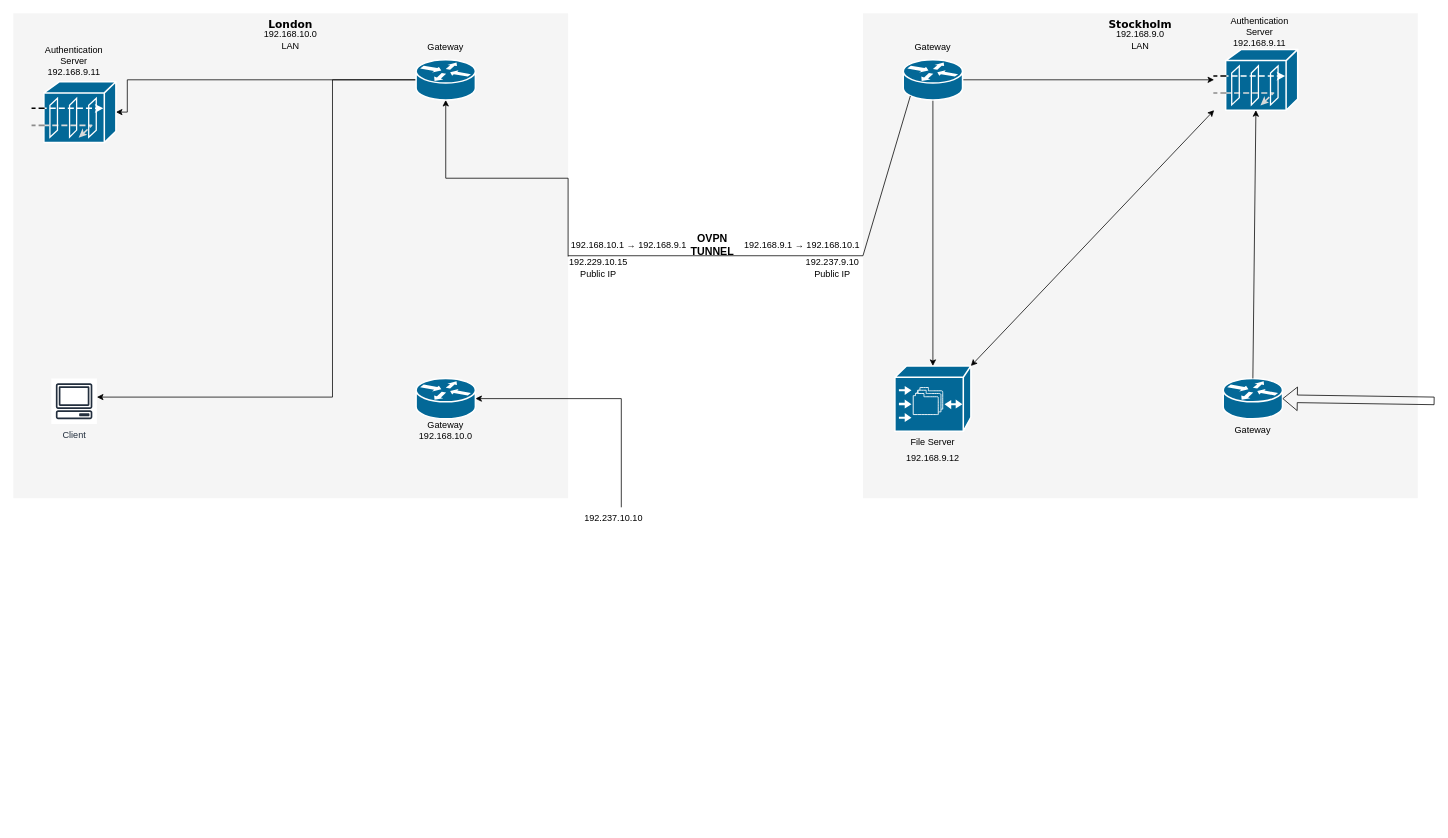
Earlier version of the draw.io diagram Diagrams/Untitled Diagram.drawio (emilstahl97/Building-Networked-Systems-Security-EP2520). Source tidied: cells renumbered, new cells numbered last; positions are measured from the earlier drawing's top-left corner, leaving out a move shared by most shapes. Both pictures are drawn from the tidied source at 76%, with x=0, y=0 at pixel (13, 13).
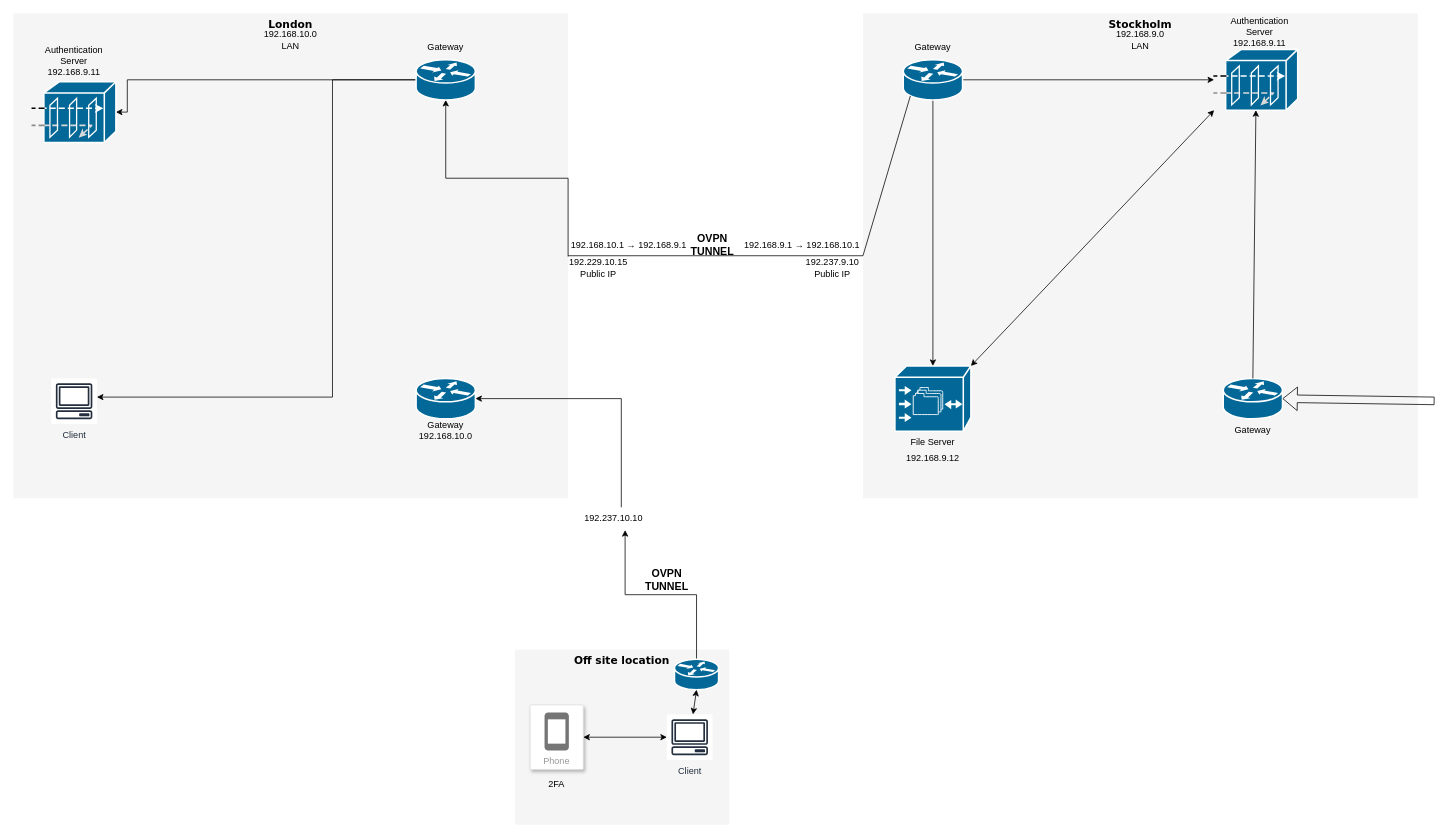
After the change.

Commit message:
added off site location

Unchanged cells that the change refers to:
```xml
<mxCell id="35" value="192.237.10.10" style="text;html=1;strokeColor=none;fillColor=none;align=center;verticalAlign=middle;whiteSpace=wrap;rounded=0;" parent="1" vertex="1">
  <mxGeometry x="760" y="650" width="60" height="30" as="geometry" />
</mxCell>
```

Diff of the diagram source:
```diff
@@
+    <mxCell id="39" value="Off site location" style="whiteSpace=wrap;html=1;rounded=0;shadow=0;comic=0;strokeWidth=1;fontFamily=Verdana;fontSize=14;fillColor=#f5f5f5;strokeColor=none;fontStyle=1;verticalAlign=top;" parent="1" vertex="1">
+      <mxGeometry x="660" y="837.2" width="282" height="230.5" as="geometry" />
+    </mxCell>
+    <mxCell id="40" value="Phone" style="strokeColor=#dddddd;shadow=1;strokeWidth=1;rounded=1;absoluteArcSize=1;arcSize=2;labelPosition=center;verticalLabelPosition=middle;align=center;verticalAlign=bottom;spacingLeft=0;fontColor=#999999;fontSize=12;whiteSpace=wrap;spacingBottom=2;" parent="1" vertex="1">
+      <mxGeometry x="680" y="910" width="70" height="85" as="geometry" />
+    </mxCell>
+    <mxCell id="41" style="sketch=0;dashed=0;html=1;fillColor=#757575;strokeColor=none;shape=mxgraph.gcp2.phone;" parent="40" vertex="1">
+      <mxGeometry x="0.5" width="32" height="50" relative="1" as="geometry">
+        <mxPoint x="-16" y="10" as="offset" />
+      </mxGeometry>
+    </mxCell>
+    <mxCell id="42" value="Client" style="sketch=0;outlineConnect=0;fontColor=#232F3E;gradientColor=none;strokeColor=#232F3E;fillColor=#ffffff;dashed=0;verticalLabelPosition=bottom;verticalAlign=top;align=center;html=1;fontSize=12;fontStyle=0;shape=mxgraph.aws4.resourceIcon;resIcon=mxgraph.aws4.client;" parent="1" vertex="1">
+      <mxGeometry x="860" y="922.5" width="60" height="60" as="geometry" />
+    </mxCell>
+    <mxCell id="43" style="endArrow=classic;startArrow=classic;html=1;rounded=0;exitX=1;exitY=0.5;exitDx=0;exitDy=0;" parent="1" edge="1" source="40" target="42">
+      <mxGeometry relative="1" as="geometry" />
+    </mxCell>
+    <mxCell id="44" style="edgeStyle=orthogonalEdgeStyle;rounded=0;jettySize=auto;html=1;exitX=0.5;exitY=0;exitDx=0;exitDy=0;exitPerimeter=0;entryX=0.75;entryY=1;entryDx=0;entryDy=0;" parent="1" edge="1" source="45" target="35">
+      <mxGeometry relative="1" as="geometry" />
+    </mxCell>
+    <mxCell id="45" style="shape=mxgraph.cisco.routers.router;sketch=0;html=1;dashed=0;fillColor=#036897;strokeColor=#ffffff;strokeWidth=2;verticalLabelPosition=bottom;verticalAlign=top;align=center;outlineConnect=0;" parent="1" vertex="1">
+      <mxGeometry x="870" y="850" width="58" height="40" as="geometry" />
+    </mxCell>
+    <mxCell id="46" value="&lt;h3&gt;OVPN TUNNEL&lt;/h3&gt;" style="text;html=1;strokeColor=none;fillColor=none;align=center;verticalAlign=middle;whiteSpace=wrap;rounded=0;" parent="1" vertex="1">
+      <mxGeometry x="830" y="730" width="60" height="30" as="geometry" />
+    </mxCell>
+    <mxCell id="47" style="endArrow=classic;startArrow=classic;html=1;rounded=0;entryX=0.5;entryY=1;entryDx=0;entryDy=0;entryPerimeter=0;" parent="1" edge="1" source="42" target="45">
+      <mxGeometry relative="1" as="geometry" />
+    </mxCell>
+    <mxCell id="48" value="2FA" style="text;html=1;strokeColor=none;fillColor=none;align=center;verticalAlign=middle;whiteSpace=wrap;rounded=0;" parent="1" vertex="1">
+      <mxGeometry x="685" y="1000" width="60" height="30" as="geometry" />
+    </mxCell>
```
